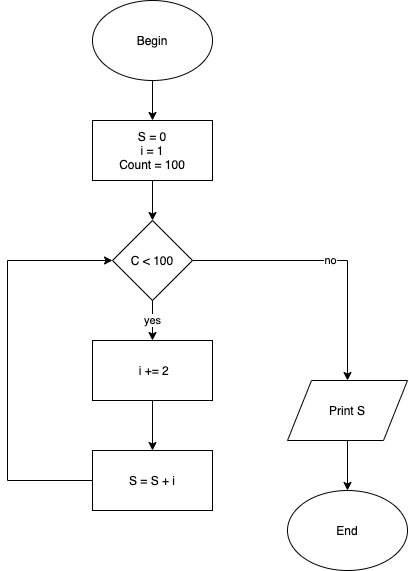
This is Assignment 3/2 - Assignment 3.png from ngminhtien98/T2005E-LBEP, a draw.io export, as it was before one commit. Source tidied: cells renumbered, new cells last; positions are measured from the earlier drawing's top-left corner, leaving out a move shared by most shapes.
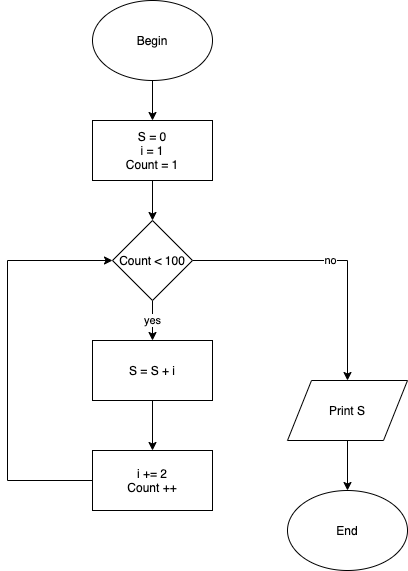
After the commit.

What changed in the source:
```diff
@@ -13,7 +13,7 @@
     <mxCell id="4" style="edgeStyle=orthogonalEdgeStyle;rounded=0;jettySize=auto;html=1;" parent="1" edge="1" source="5" target="8">
       <mxGeometry relative="1" as="geometry" />
     </mxCell>
-    <mxCell id="5" value="S = 0&lt;br&gt;i = 1&lt;br&gt;Count = 100" style="rounded=0;whiteSpace=wrap;html=1;" parent="1" vertex="1">
+    <mxCell id="5" value="S = 0&lt;br&gt;i = 1&lt;br&gt;Count = 1" style="rounded=0;whiteSpace=wrap;html=1;" parent="1" vertex="1">
       <mxGeometry x="85" y="120" width="120" height="60" as="geometry" />
     </mxCell>
     <mxCell id="6" value="yes" style="edgeStyle=orthogonalEdgeStyle;rounded=0;jettySize=auto;html=1;" parent="1" edge="1" source="8" target="10">
@@ -22,13 +22,13 @@
     <mxCell id="7" value="no" style="edgeStyle=orthogonalEdgeStyle;rounded=0;jettySize=auto;html=1;entryX=0.5;entryY=0;entryDx=0;entryDy=0;" parent="1" edge="1" source="8" target="14">
       <mxGeometry relative="1" as="geometry" />
     </mxCell>
-    <mxCell id="8" value="C &amp;lt; 100" style="rhombus;whiteSpace=wrap;html=1;" parent="1" vertex="1">
+    <mxCell id="8" value="Count &amp;lt; 100" style="rhombus;whiteSpace=wrap;html=1;" parent="1" vertex="1">
       <mxGeometry x="105" y="220" width="80" height="80" as="geometry" />
     </mxCell>
     <mxCell id="9" style="edgeStyle=orthogonalEdgeStyle;rounded=0;jettySize=auto;html=1;" parent="1" edge="1" source="10" target="12">
       <mxGeometry relative="1" as="geometry" />
     </mxCell>
-    <mxCell id="10" value="&amp;nbsp;i += 2" style="rounded=0;whiteSpace=wrap;html=1;" parent="1" vertex="1">
+    <mxCell id="10" value="S = S + i" style="rounded=0;whiteSpace=wrap;html=1;" parent="1" vertex="1">
       <mxGeometry x="85" y="340" width="120" height="60" as="geometry" />
     </mxCell>
     <mxCell id="11" style="edgeStyle=orthogonalEdgeStyle;rounded=0;jettySize=auto;html=1;entryX=0;entryY=0.5;entryDx=0;entryDy=0;" parent="1" edge="1" source="12" target="8">
@@ -39,7 +39,7 @@
         </Array>
       </mxGeometry>
     </mxCell>
-    <mxCell id="12" value="S = S + i" style="rounded=0;whiteSpace=wrap;html=1;" parent="1" vertex="1">
+    <mxCell id="12" value="i += 2&lt;br&gt;Count ++" style="rounded=0;whiteSpace=wrap;html=1;" parent="1" vertex="1">
       <mxGeometry x="85" y="450" width="120" height="60" as="geometry" />
     </mxCell>
     <mxCell id="13" style="edgeStyle=orthogonalEdgeStyle;rounded=0;jettySize=auto;html=1;" parent="1" edge="1" source="14" target="15">
```
